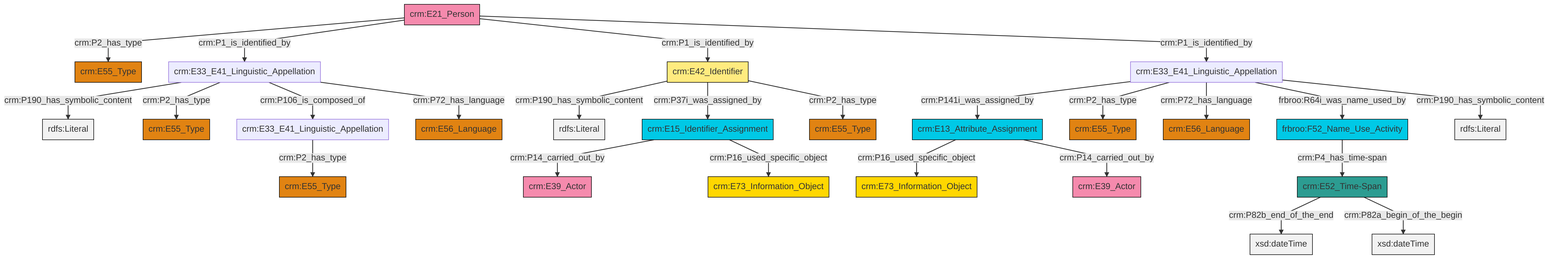
swiss-art-research-net/docs.swissartresearch keeps this Mermaid diagram as et/personCSV/ttl/mmd/png/Person_Names_and_Classification.png. Above is the earlier version. Its source is kept beside it as et/personCSV/ttl/mmd/Person_Names_and_Classification.ttl.mmd.
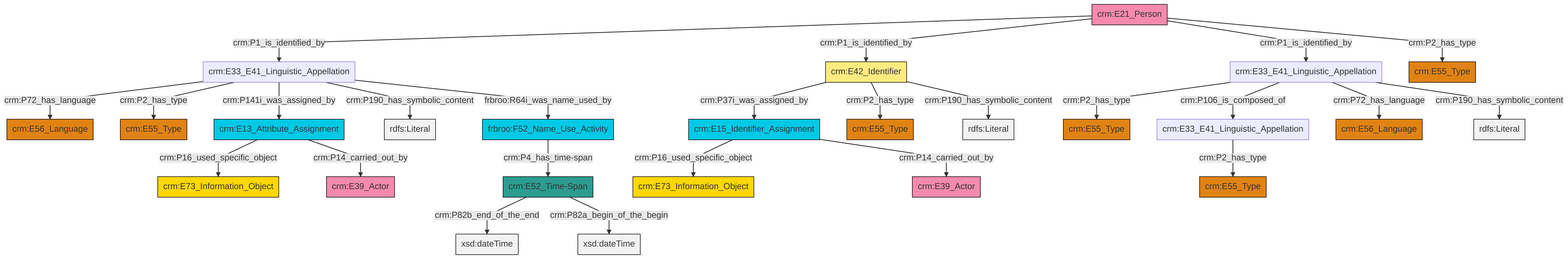
The same diagram one commit later.

What changed in the source:
```diff
@@ -13,27 +13,27 @@
 classDef PC_Classes fill:#4ce600, stroke:#000000;
 classDef Multi fill:#cccccc,stroke:#000000;
 
-10["crm:E13_Attribute_Assignment"]:::Temporal_Entity -->|crm:P16_used_specific_object| 6["crm:E73_Information_Object"]:::Conceptual_Object
-11["crm:E42_Identifier"]:::Appellation -->|crm:P190_has_symbolic_content| 12[rdfs:Literal]:::Literal
-13["crm:E15_Identifier_Assignment"]:::Temporal_Entity -->|crm:P14_carried_out_by| 14["crm:E39_Actor"]:::Actor
-15["crm:E33_E41_Linguistic_Appellation"]:::Default -->|crm:P190_has_symbolic_content| 16[rdfs:Literal]:::Literal
-19["crm:E21_Person"]:::Actor -->|crm:P2_has_type| 20["crm:E55_Type"]:::Type
-15["crm:E33_E41_Linguistic_Appellation"]:::Default -->|crm:P2_has_type| 25["crm:E55_Type"]:::Type
-23["crm:E33_E41_Linguistic_Appellation"]:::Default -->|crm:P141i_was_assigned_by| 10["crm:E13_Attribute_Assignment"]:::Temporal_Entity
-2["crm:E33_E41_Linguistic_Appellation"]:::Default -->|crm:P2_has_type| 17["crm:E55_Type"]:::Type
-19["crm:E21_Person"]:::Actor -->|crm:P1_is_identified_by| 15["crm:E33_E41_Linguistic_Appellation"]:::Default
-23["crm:E33_E41_Linguistic_Appellation"]:::Default -->|crm:P2_has_type| 27["crm:E55_Type"]:::Type
-11["crm:E42_Identifier"]:::Appellation -->|crm:P37i_was_assigned_by| 13["crm:E15_Identifier_Assignment"]:::Temporal_Entity
-10["crm:E13_Attribute_Assignment"]:::Temporal_Entity -->|crm:P14_carried_out_by| 21["crm:E39_Actor"]:::Actor
-15["crm:E33_E41_Linguistic_Appellation"]:::Default -->|crm:P106_is_composed_of| 2["crm:E33_E41_Linguistic_Appellation"]:::Default
-15["crm:E33_E41_Linguistic_Appellation"]:::Default -->|crm:P72_has_language| 0["crm:E56_Language"]:::Type
-4["crm:E52_Time-Span"]:::Time-Span -->|crm:P82b_end_of_the_end| 33[xsd:dateTime]:::Literal
-19["crm:E21_Person"]:::Actor -->|crm:P1_is_identified_by| 11["crm:E42_Identifier"]:::Appellation
-23["crm:E33_E41_Linguistic_Appellation"]:::Default -->|crm:P72_has_language| 8["crm:E56_Language"]:::Type
-34["frbroo:F52_Name_Use_Activity"]:::Temporal_Entity -->|crm:P4_has_time-span| 4["crm:E52_Time-Span"]:::Time-Span
-11["crm:E42_Identifier"]:::Appellation -->|crm:P2_has_type| 41["crm:E55_Type"]:::Type
-19["crm:E21_Person"]:::Actor -->|crm:P1_is_identified_by| 23["crm:E33_E41_Linguistic_Appellation"]:::Default
-23["crm:E33_E41_Linguistic_Appellation"]:::Default -->|frbroo:R64i_was_name_used_by| 34["frbroo:F52_Name_Use_Activity"]:::Temporal_Entity
-13["crm:E15_Identifier_Assignment"]:::Temporal_Entity -->|crm:P16_used_specific_object| 39["crm:E73_Information_Object"]:::Conceptual_Object
-4["crm:E52_Time-Span"]:::Time-Span -->|crm:P82a_begin_of_the_begin| 43[xsd:dateTime]:::Literal
-23["crm:E33_E41_Linguistic_Appellation"]:::Default -->|crm:P190_has_symbolic_content| 45[rdfs:Literal]:::Literal
+0["crm:E33_E41_Linguistic_Appellation"]:::Default -->|crm:P2_has_type| 1["crm:E55_Type"]:::Type
+13["crm:E33_E41_Linguistic_Appellation"]:::Default -->|crm:P72_has_language| 14["crm:E56_Language"]:::Type
+11["crm:E42_Identifier"]:::Appellation -->|crm:P37i_was_assigned_by| 17["crm:E15_Identifier_Assignment"]:::Temporal_Entity
+11["crm:E42_Identifier"]:::Appellation -->|crm:P2_has_type| 18["crm:E55_Type"]:::Type
+21["crm:E21_Person"]:::Actor -->|crm:P1_is_identified_by| 13["crm:E33_E41_Linguistic_Appellation"]:::Default
+13["crm:E33_E41_Linguistic_Appellation"]:::Default -->|crm:P2_has_type| 24["crm:E55_Type"]:::Type
+0["crm:E33_E41_Linguistic_Appellation"]:::Default -->|crm:P106_is_composed_of| 25["crm:E33_E41_Linguistic_Appellation"]:::Default
+17["crm:E15_Identifier_Assignment"]:::Temporal_Entity -->|crm:P16_used_specific_object| 7["crm:E73_Information_Object"]:::Conceptual_Object
+30["crm:E52_Time-Span"]:::Time-Span -->|crm:P82b_end_of_the_end| 31[xsd:dateTime]:::Literal
+13["crm:E33_E41_Linguistic_Appellation"]:::Default -->|crm:P141i_was_assigned_by| 34["crm:E13_Attribute_Assignment"]:::Temporal_Entity
+21["crm:E21_Person"]:::Actor -->|crm:P1_is_identified_by| 11["crm:E42_Identifier"]:::Appellation
+34["crm:E13_Attribute_Assignment"]:::Temporal_Entity -->|crm:P16_used_specific_object| 19["crm:E73_Information_Object"]:::Conceptual_Object
+11["crm:E42_Identifier"]:::Appellation -->|crm:P190_has_symbolic_content| 35[rdfs:Literal]:::Literal
+17["crm:E15_Identifier_Assignment"]:::Temporal_Entity -->|crm:P14_carried_out_by| 9["crm:E39_Actor"]:::Actor
+0["crm:E33_E41_Linguistic_Appellation"]:::Default -->|crm:P72_has_language| 26["crm:E56_Language"]:::Type
+0["crm:E33_E41_Linguistic_Appellation"]:::Default -->|crm:P190_has_symbolic_content| 40[rdfs:Literal]:::Literal
+28["frbroo:F52_Name_Use_Activity"]:::Temporal_Entity -->|crm:P4_has_time-span| 30["crm:E52_Time-Span"]:::Time-Span
+21["crm:E21_Person"]:::Actor -->|crm:P1_is_identified_by| 0["crm:E33_E41_Linguistic_Appellation"]:::Default
+13["crm:E33_E41_Linguistic_Appellation"]:::Default -->|crm:P190_has_symbolic_content| 41[rdfs:Literal]:::Literal
+30["crm:E52_Time-Span"]:::Time-Span -->|crm:P82a_begin_of_the_begin| 44[xsd:dateTime]:::Literal
+34["crm:E13_Attribute_Assignment"]:::Temporal_Entity -->|crm:P14_carried_out_by| 2["crm:E39_Actor"]:::Actor
+25["crm:E33_E41_Linguistic_Appellation"]:::Default -->|crm:P2_has_type| 4["crm:E55_Type"]:::Type
+13["crm:E33_E41_Linguistic_Appellation"]:::Default -->|frbroo:R64i_was_name_used_by| 28["frbroo:F52_Name_Use_Activity"]:::Temporal_Entity
+21["crm:E21_Person"]:::Actor -->|crm:P2_has_type| 15["crm:E55_Type"]:::Type
```
